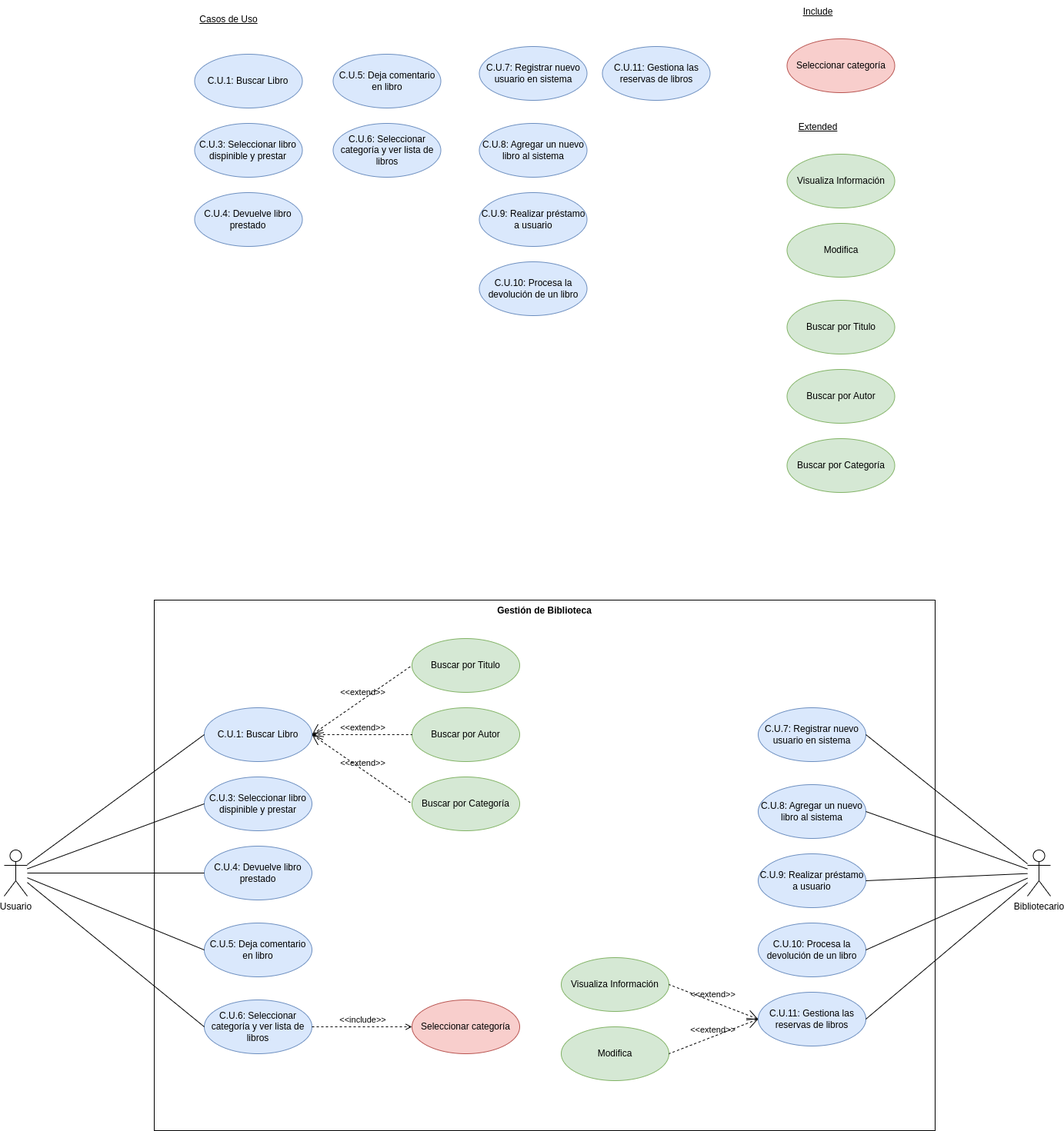
PeterMartEsc/proyecto_biblioteca keeps this draw.io diagram as diagramas/Diagrama_CasosUso/DiagramaCasosUso.png. Above is the earlier version. Source tidied: cells renumbered, new cells last; positions are measured from the earlier drawing's top-left corner, leaving out a move shared by most shapes.
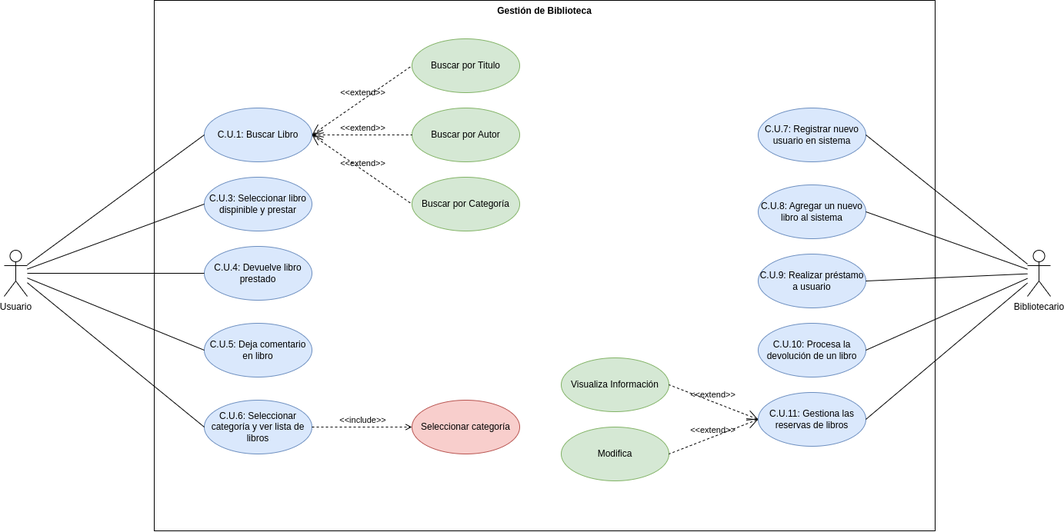
Above is the later version.

What changed in the source:
```diff
@@ -2,63 +2,6 @@
   <root>
     <mxCell id="0" />
     <mxCell id="1" parent="0" />
-    <mxCell id="2" value="C.U.1: Buscar Libro" style="ellipse;whiteSpace=wrap;html=1;fillColor=#dae8fc;strokeColor=#6c8ebf;" parent="1" vertex="1">
-      <mxGeometry x="247.5" y="70" width="140" height="70" as="geometry" />
-    </mxCell>
-    <mxCell id="3" value="&lt;u&gt;Casos de Uso&lt;/u&gt;" style="text;html=1;strokeColor=none;fillColor=none;align=center;verticalAlign=middle;whiteSpace=wrap;rounded=0;" parent="1" vertex="1">
-      <mxGeometry x="252.5" y="10" width="80" height="30" as="geometry" />
-    </mxCell>
-    <mxCell id="4" value="C.U.3: Seleccionar libro dispinible y prestar" style="ellipse;whiteSpace=wrap;html=1;fillColor=#dae8fc;strokeColor=#6c8ebf;" parent="1" vertex="1">
-      <mxGeometry x="247.5" y="160" width="140" height="70" as="geometry" />
-    </mxCell>
-    <mxCell id="5" value="C.U.4: Devuelve libro prestado" style="ellipse;whiteSpace=wrap;html=1;fillColor=#dae8fc;strokeColor=#6c8ebf;" parent="1" vertex="1">
-      <mxGeometry x="247.5" y="250" width="140" height="70" as="geometry" />
-    </mxCell>
-    <mxCell id="6" value="C.U.5: Deja comentario en libro" style="ellipse;whiteSpace=wrap;html=1;fillColor=#dae8fc;strokeColor=#6c8ebf;" parent="1" vertex="1">
-      <mxGeometry x="427.5" y="70" width="140" height="70" as="geometry" />
-    </mxCell>
-    <mxCell id="7" value="C.U.6: Seleccionar categoría y ver lista de libros" style="ellipse;whiteSpace=wrap;html=1;fillColor=#dae8fc;strokeColor=#6c8ebf;" parent="1" vertex="1">
-      <mxGeometry x="427.5" y="160" width="140" height="70" as="geometry" />
-    </mxCell>
-    <mxCell id="8" value="C.U.7: Registrar nuevo usuario en sistema" style="ellipse;whiteSpace=wrap;html=1;fillColor=#dae8fc;strokeColor=#6c8ebf;" parent="1" vertex="1">
-      <mxGeometry x="617.5" y="60" width="140" height="70" as="geometry" />
-    </mxCell>
-    <mxCell id="9" value="C.U.8: Agregar un nuevo libro al sistema" style="ellipse;whiteSpace=wrap;html=1;fillColor=#dae8fc;strokeColor=#6c8ebf;" parent="1" vertex="1">
-      <mxGeometry x="617.5" y="160" width="140" height="70" as="geometry" />
-    </mxCell>
-    <mxCell id="10" value="C.U.9: Realizar préstamo a usuario" style="ellipse;whiteSpace=wrap;html=1;fillColor=#dae8fc;strokeColor=#6c8ebf;" parent="1" vertex="1">
-      <mxGeometry x="617.5" y="250" width="140" height="70" as="geometry" />
-    </mxCell>
-    <mxCell id="11" value="C.U.10: Procesa la devolución de un libro" style="ellipse;whiteSpace=wrap;html=1;fillColor=#dae8fc;strokeColor=#6c8ebf;" parent="1" vertex="1">
-      <mxGeometry x="617.5" y="340" width="140" height="70" as="geometry" />
-    </mxCell>
-    <mxCell id="12" value="C.U.11: Gestiona las reservas de libros" style="ellipse;whiteSpace=wrap;html=1;fillColor=#dae8fc;strokeColor=#6c8ebf;" parent="1" vertex="1">
-      <mxGeometry x="777.5" y="60" width="140" height="70" as="geometry" />
-    </mxCell>
-    <mxCell id="13" value="Seleccionar categoría" style="ellipse;whiteSpace=wrap;html=1;fillColor=#f8cecc;strokeColor=#b85450;" parent="1" vertex="1">
-      <mxGeometry x="1017.5" y="50" width="140" height="70" as="geometry" />
-    </mxCell>
-    <mxCell id="14" value="&lt;u&gt;Include&lt;/u&gt;" style="text;html=1;strokeColor=none;fillColor=none;align=center;verticalAlign=middle;whiteSpace=wrap;rounded=0;" parent="1" vertex="1">
-      <mxGeometry x="1017.5" width="80" height="30" as="geometry" />
-    </mxCell>
-    <mxCell id="15" value="Visualiza Información" style="ellipse;whiteSpace=wrap;html=1;fillColor=#d5e8d4;strokeColor=#82b366;" parent="1" vertex="1">
-      <mxGeometry x="1017.5" y="200" width="140" height="70" as="geometry" />
-    </mxCell>
-    <mxCell id="16" value="Modifica" style="ellipse;whiteSpace=wrap;html=1;fillColor=#d5e8d4;strokeColor=#82b366;" parent="1" vertex="1">
-      <mxGeometry x="1017.5" y="290" width="140" height="70" as="geometry" />
-    </mxCell>
-    <mxCell id="17" value="Buscar por Titulo" style="ellipse;whiteSpace=wrap;html=1;fillColor=#d5e8d4;strokeColor=#82b366;" parent="1" vertex="1">
-      <mxGeometry x="1017.5" y="390" width="140" height="70" as="geometry" />
-    </mxCell>
-    <mxCell id="18" value="Buscar por Autor" style="ellipse;whiteSpace=wrap;html=1;fillColor=#d5e8d4;strokeColor=#82b366;" parent="1" vertex="1">
-      <mxGeometry x="1017.5" y="480" width="140" height="70" as="geometry" />
-    </mxCell>
-    <mxCell id="19" value="Buscar por Categoría" style="ellipse;whiteSpace=wrap;html=1;fillColor=#d5e8d4;strokeColor=#82b366;" parent="1" vertex="1">
-      <mxGeometry x="1017.5" y="570" width="140" height="70" as="geometry" />
-    </mxCell>
-    <mxCell id="20" value="&lt;u&gt;Extended&lt;/u&gt;" style="text;html=1;strokeColor=none;fillColor=none;align=center;verticalAlign=middle;whiteSpace=wrap;rounded=0;" parent="1" vertex="1">
-      <mxGeometry x="1017.5" y="150" width="80" height="30" as="geometry" />
-    </mxCell>
     <mxCell id="21" value="C.U.1: Buscar Libro" style="ellipse;whiteSpace=wrap;html=1;fillColor=#dae8fc;strokeColor=#6c8ebf;" parent="1" vertex="1">
       <mxGeometry x="260" y="920" width="140" height="70" as="geometry" />
     </mxCell>
```
